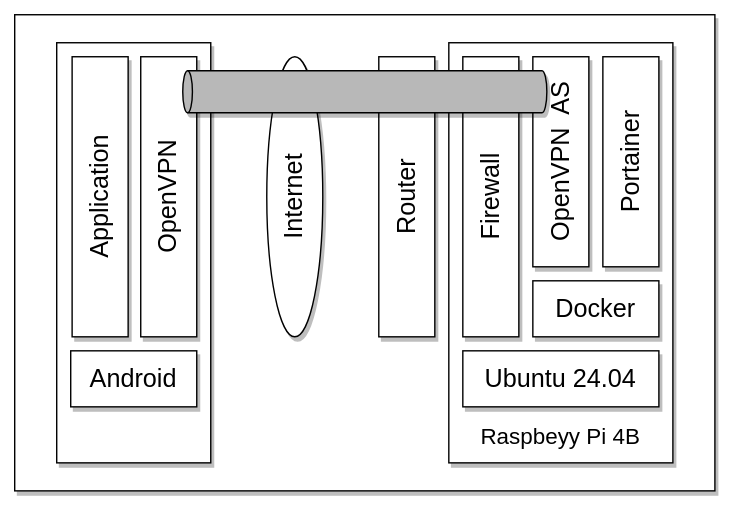
Above: images/openvpn-as.drawio.svg in ktkr3d/ktkr3d.github.io (draw.io), before the change. Source tidied: cells renumbered, new cells last; positions are measured from the earlier drawing's top-left corner, leaving out a move shared by most shapes. Its diagram source:
```xml
<mxGraphModel>
  <root>
    <mxCell id="0" />
    <mxCell id="1" parent="0" />
    <mxCell id="2" style="rounded=0;whiteSpace=wrap;html=1;strokeColor=none;fillColor=#FFFFFF;" parent="1" vertex="1">
      <mxGeometry width="520" height="360" as="geometry" />
    </mxCell>
    <mxCell id="3" style="rounded=0;whiteSpace=wrap;html=1;fillColor=#FFFFFF;shadow=1;fontSize=18;strokeColor=#000000;" parent="1" vertex="1">
      <mxGeometry x="10" y="10" width="500" height="340" as="geometry" />
    </mxCell>
    <mxCell id="4" value="Internet" style="ellipse;whiteSpace=wrap;html=1;horizontal=0;strokeColor=#000000;fillColor=#FFFFFF;fontColor=#000000;shadow=1;fontSize=18;" parent="1" vertex="1">
      <mxGeometry x="190" y="40" width="40" height="200" as="geometry" />
    </mxCell>
    <mxCell id="5" style="rounded=0;whiteSpace=wrap;html=1;strokeColor=#000000;fillColor=#FFFFFF;fontColor=#000000;shadow=1;fontSize=18;" parent="1" vertex="1">
      <mxGeometry x="40" y="30" width="110" height="300" as="geometry" />
    </mxCell>
    <mxCell id="6" value="OpenVPN" style="rounded=0;whiteSpace=wrap;html=1;horizontal=0;strokeColor=#000000;fillColor=#FFFFFF;fontColor=#000000;shadow=1;fontSize=18;" parent="1" vertex="1">
      <mxGeometry x="100" y="40" width="40" height="200" as="geometry" />
    </mxCell>
    <mxCell id="7" value="Android" style="rounded=0;whiteSpace=wrap;html=1;fontColor=#000000;strokeColor=#000000;fillColor=#FFFFFF;shadow=1;fontSize=18;" parent="1" vertex="1">
      <mxGeometry x="50" y="250" width="90" height="40" as="geometry" />
    </mxCell>
    <mxCell id="8" value="Application" style="rounded=0;whiteSpace=wrap;html=1;horizontal=0;strokeColor=#000000;fillColor=#FFFFFF;fontColor=#000000;shadow=1;fontSize=18;" parent="1" vertex="1">
      <mxGeometry x="51" y="40" width="40" height="200" as="geometry" />
    </mxCell>
    <mxCell id="9" style="rounded=0;whiteSpace=wrap;html=1;strokeColor=#000000;fillColor=#FFFFFF;fontColor=#000000;shadow=1;fontSize=18;" parent="1" vertex="1">
      <mxGeometry x="320" y="30" width="160" height="300" as="geometry" />
    </mxCell>
    <mxCell id="10" value="Router" style="rounded=0;whiteSpace=wrap;html=1;horizontal=0;strokeColor=#000000;fillColor=#FFFFFF;fontColor=#000000;shadow=1;fontSize=18;" parent="1" vertex="1">
      <mxGeometry x="270" y="40" width="40" height="200" as="geometry" />
    </mxCell>
    <mxCell id="11" value="Ubuntu 24.04" style="rounded=0;whiteSpace=wrap;html=1;strokeColor=#000000;fillColor=#FFFFFF;fontColor=#000000;shadow=1;fontSize=18;" parent="1" vertex="1">
      <mxGeometry x="330" y="250" width="140" height="40" as="geometry" />
    </mxCell>
    <mxCell id="12" value="Firewall" style="rounded=0;whiteSpace=wrap;html=1;horizontal=0;strokeColor=#000000;fillColor=#FFFFFF;fontColor=#000000;shadow=1;fontSize=18;" parent="1" vertex="1">
      <mxGeometry x="330" y="40" width="40" height="200" as="geometry" />
    </mxCell>
    <mxCell id="13" value="OpenVPN&amp;nbsp; AS" style="rounded=0;whiteSpace=wrap;html=1;horizontal=0;strokeColor=#000000;fillColor=#FFFFFF;fontColor=#000000;shadow=1;fontSize=18;" parent="1" vertex="1">
      <mxGeometry x="380" y="40" width="40" height="150" as="geometry" />
    </mxCell>
    <mxCell id="14" value="Portainer" style="rounded=0;whiteSpace=wrap;html=1;horizontal=0;strokeColor=#000000;fillColor=#FFFFFF;fontColor=#000000;shadow=1;fontSize=18;" parent="1" vertex="1">
      <mxGeometry x="430" y="40" width="40" height="150" as="geometry" />
    </mxCell>
    <mxCell id="15" value="Docker" style="rounded=0;whiteSpace=wrap;html=1;strokeColor=#000000;fillColor=#FFFFFF;fontColor=#000000;shadow=1;fontSize=18;" parent="1" vertex="1">
      <mxGeometry x="380" y="200" width="90" height="40" as="geometry" />
    </mxCell>
    <mxCell id="16" style="shape=cylinder2;whiteSpace=wrap;html=1;boundedLbl=1;backgroundOutline=1;size=3.456849196861583;strokeColor=#000000;direction=north;fontColor=#000000;fillColor=#B8B8B8;shadow=1;fontSize=18;" parent="1" vertex="1">
      <mxGeometry x="130" y="50" width="260" height="30" as="geometry" />
    </mxCell>
    <mxCell id="17" value="Raspbeyy Pi 4B" style="text;html=1;strokeColor=none;fillColor=none;align=center;verticalAlign=middle;whiteSpace=wrap;rounded=0;fontColor=#000000;fontSize=16;" parent="1" vertex="1">
      <mxGeometry x="330" y="296" width="140" height="30" as="geometry" />
    </mxCell>
  </root>
</mxGraphModel>
```
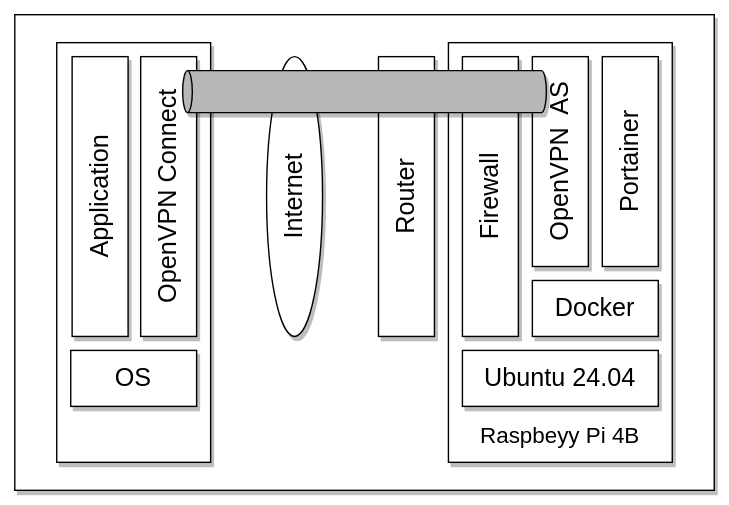
Above is the later version.

The edit, as a diff of the source:
```diff
@@ -14,10 +14,10 @@
     <mxCell id="5" style="rounded=0;whiteSpace=wrap;html=1;strokeColor=#000000;fillColor=#FFFFFF;fontColor=#000000;shadow=1;fontSize=18;" parent="1" vertex="1">
       <mxGeometry x="40" y="30" width="110" height="300" as="geometry" />
     </mxCell>
-    <mxCell id="6" value="OpenVPN" style="rounded=0;whiteSpace=wrap;html=1;horizontal=0;strokeColor=#000000;fillColor=#FFFFFF;fontColor=#000000;shadow=1;fontSize=18;" parent="1" vertex="1">
+    <mxCell id="6" value="OpenVPN Connect" style="rounded=0;whiteSpace=wrap;html=1;horizontal=0;strokeColor=#000000;fillColor=#FFFFFF;fontColor=#000000;shadow=1;fontSize=18;" parent="1" vertex="1">
       <mxGeometry x="100" y="40" width="40" height="200" as="geometry" />
     </mxCell>
-    <mxCell id="7" value="Android" style="rounded=0;whiteSpace=wrap;html=1;fontColor=#000000;strokeColor=#000000;fillColor=#FFFFFF;shadow=1;fontSize=18;" parent="1" vertex="1">
+    <mxCell id="7" value="OS" style="rounded=0;whiteSpace=wrap;html=1;fontColor=#000000;strokeColor=#000000;fillColor=#FFFFFF;shadow=1;fontSize=18;" parent="1" vertex="1">
       <mxGeometry x="50" y="250" width="90" height="40" as="geometry" />
     </mxCell>
     <mxCell id="8" value="Application" style="rounded=0;whiteSpace=wrap;html=1;horizontal=0;strokeColor=#000000;fillColor=#FFFFFF;fontColor=#000000;shadow=1;fontSize=18;" parent="1" vertex="1">
```
